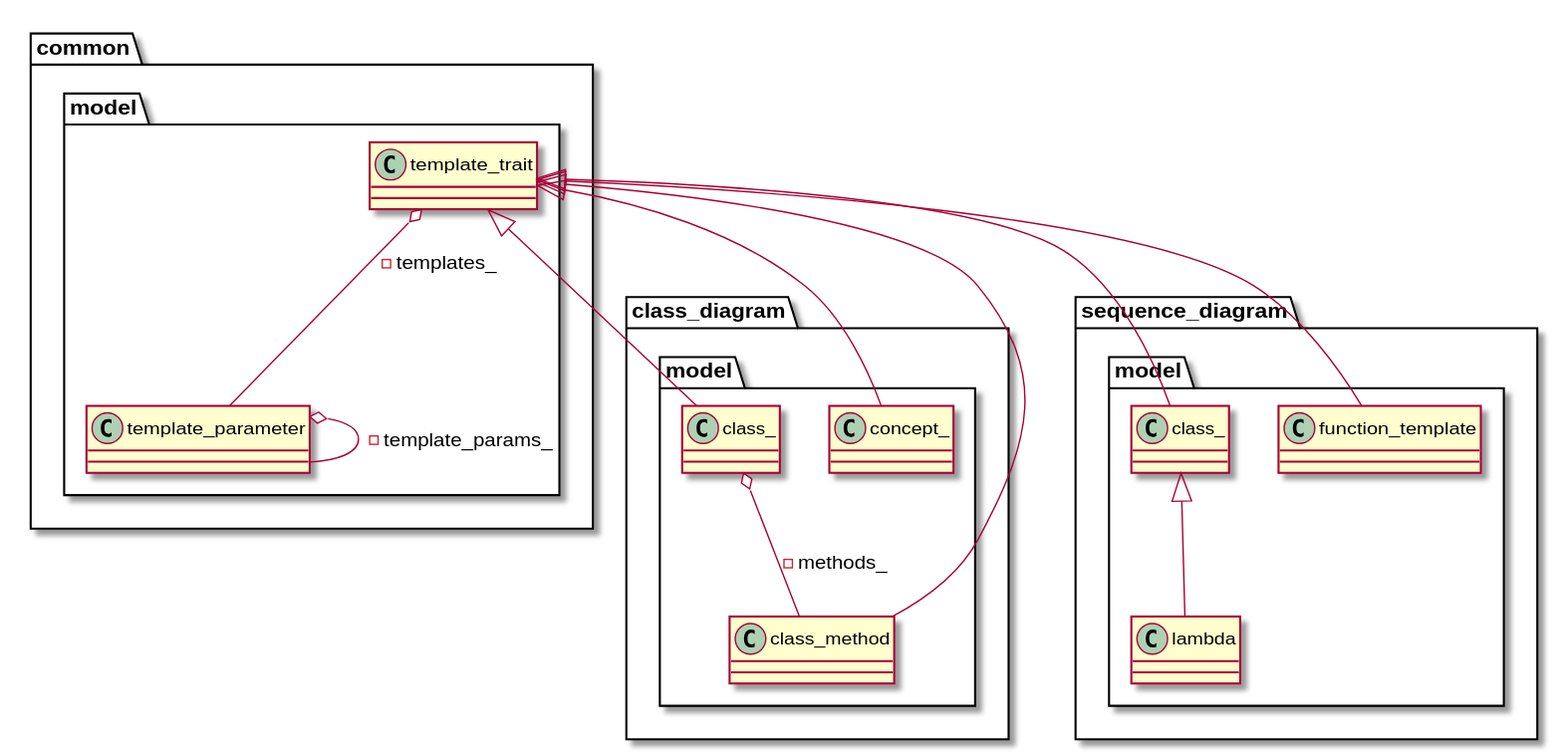
Above: template_trait_hierarchy_class.svg in clang-uml/clang-uml.github.io (PlantUML), before the change. The source it was exported from:
```plantuml
@startuml
package [common] as C_0000316605034920222648 {
package [model] as C_0000083721806430512831 {
class "template_parameter" as C_0000178138562743079529
class C_0000178138562743079529 [[classclanguml_1_1common_1_1model_1_1template__parameter.html{Represents template parameter, template arguments or concept         constraints}]] {
__
}
class "template_trait" as C_0000464715462505216589
class C_0000464715462505216589 [[classclanguml_1_1common_1_1model_1_1template__trait.html{Common interface for template diagram elements.}]] {
__
}
}
}
package [class_diagram] as C_0002240167036201725606 {
package [model] as C_0000897124234964432620 {
class "class_method" as C_0000204145716468348671
class C_0000204145716468348671 [[classclanguml_1_1class__diagram_1_1model_1_1class__method.html{class_method}]] {
__
}
class "class_" as C_0001292034357466653182
class C_0001292034357466653182 [[classclanguml_1_1class__diagram_1_1model_1_1class__.html{Diagram element representing a class or class template.}]] {
__
}
class "concept_" as C_0001374849051752224500
class C_0001374849051752224500 [[classclanguml_1_1class__diagram_1_1model_1_1concept__.html{concept_}]] {
__
}
}
}
package [sequence_diagram] as C_0001521862840957629236 {
package [model] as C_0002206969880830639264 {
class "class_" as C_0000885514871619471610
class C_0000885514871619471610 [[structclanguml_1_1sequence__diagram_1_1model_1_1class__.html{class_}]] {
__
}
class "lambda" as C_0001701531547288995691
class C_0001701531547288995691 [[structclanguml_1_1sequence__diagram_1_1model_1_1lambda.html{lambda}]] {
__
}
class "function_template" as C_0002280191967493310558
class C_0002280191967493310558 [[structclanguml_1_1sequence__diagram_1_1model_1_1function__template.html{function_template}]] {
__
}
}
}
C_0000178138562743079529 o-- C_0000178138562743079529 : -template_params_
C_0000464715462505216589 o-- C_0000178138562743079529 : -templates_
C_0000464715462505216589 <|-- C_0000204145716468348671
C_0001292034357466653182 o-- C_0000204145716468348671 : -methods_
C_0000464715462505216589 <|-- C_0001292034357466653182
C_0000464715462505216589 <|-- C_0001374849051752224500
C_0000464715462505216589 <|-- C_0000885514871619471610
C_0000885514871619471610 <|-- C_0001701531547288995691
C_0000464715462505216589 <|-- C_0002280191967493310558

@enduml
```
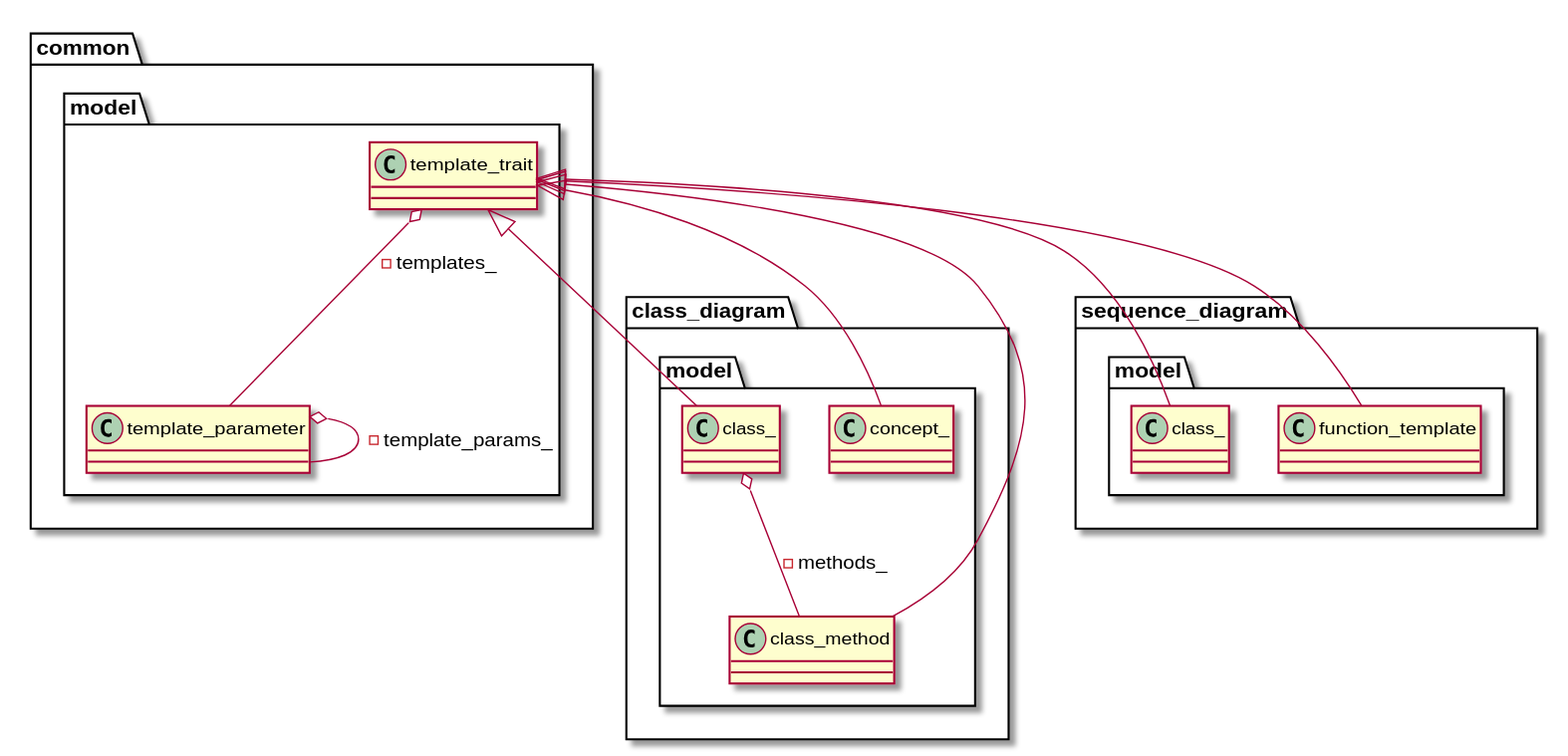
After the change.

The edit, as a diff of the source:
```diff
@@ -14,7 +14,7 @@
 package [class_diagram] as C_0002240167036201725606 {
 package [model] as C_0000897124234964432620 {
 class "class_method" as C_0000204145716468348671
-class C_0000204145716468348671 [[classclanguml_1_1class__diagram_1_1model_1_1class__method.html{class_method}]] {
+class C_0000204145716468348671 [[classclanguml_1_1class__diagram_1_1model_1_1class__method.html{Class method model.}]] {
 __
 }
 class "class_" as C_0001292034357466653182
@@ -22,7 +22,7 @@
 __
 }
 class "concept_" as C_0001374849051752224500
-class C_0001374849051752224500 [[classclanguml_1_1class__diagram_1_1model_1_1concept__.html{concept_}]] {
+class C_0001374849051752224500 [[classclanguml_1_1class__diagram_1_1model_1_1concept__.html{Model of C++ concept.}]] {
 __
 }
 }
@@ -30,15 +30,11 @@
 package [sequence_diagram] as C_0001521862840957629236 {
 package [model] as C_0002206969880830639264 {
 class "class_" as C_0000885514871619471610
-class C_0000885514871619471610 [[structclanguml_1_1sequence__diagram_1_1model_1_1class__.html{class_}]] {
-__
-}
-class "lambda" as C_0001701531547288995691
-class C_0001701531547288995691 [[structclanguml_1_1sequence__diagram_1_1model_1_1lambda.html{lambda}]] {
+class C_0000885514871619471610 [[structclanguml_1_1sequence__diagram_1_1model_1_1class__.html{Sequence diagram participant representing a class.}]] {
 __
 }
 class "function_template" as C_0002280191967493310558
-class C_0002280191967493310558 [[structclanguml_1_1sequence__diagram_1_1model_1_1function__template.html{function_template}]] {
+class C_0002280191967493310558 [[structclanguml_1_1sequence__diagram_1_1model_1_1function__template.html{Participant model representing a function template.}]] {
 __
 }
 }
@@ -50,7 +46,6 @@
 C_0000464715462505216589 <|-- C_0001292034357466653182
 C_0000464715462505216589 <|-- C_0001374849051752224500
 C_0000464715462505216589 <|-- C_0000885514871619471610
-C_0000885514871619471610 <|-- C_0001701531547288995691
 C_0000464715462505216589 <|-- C_0002280191967493310558
 
 @enduml
```
